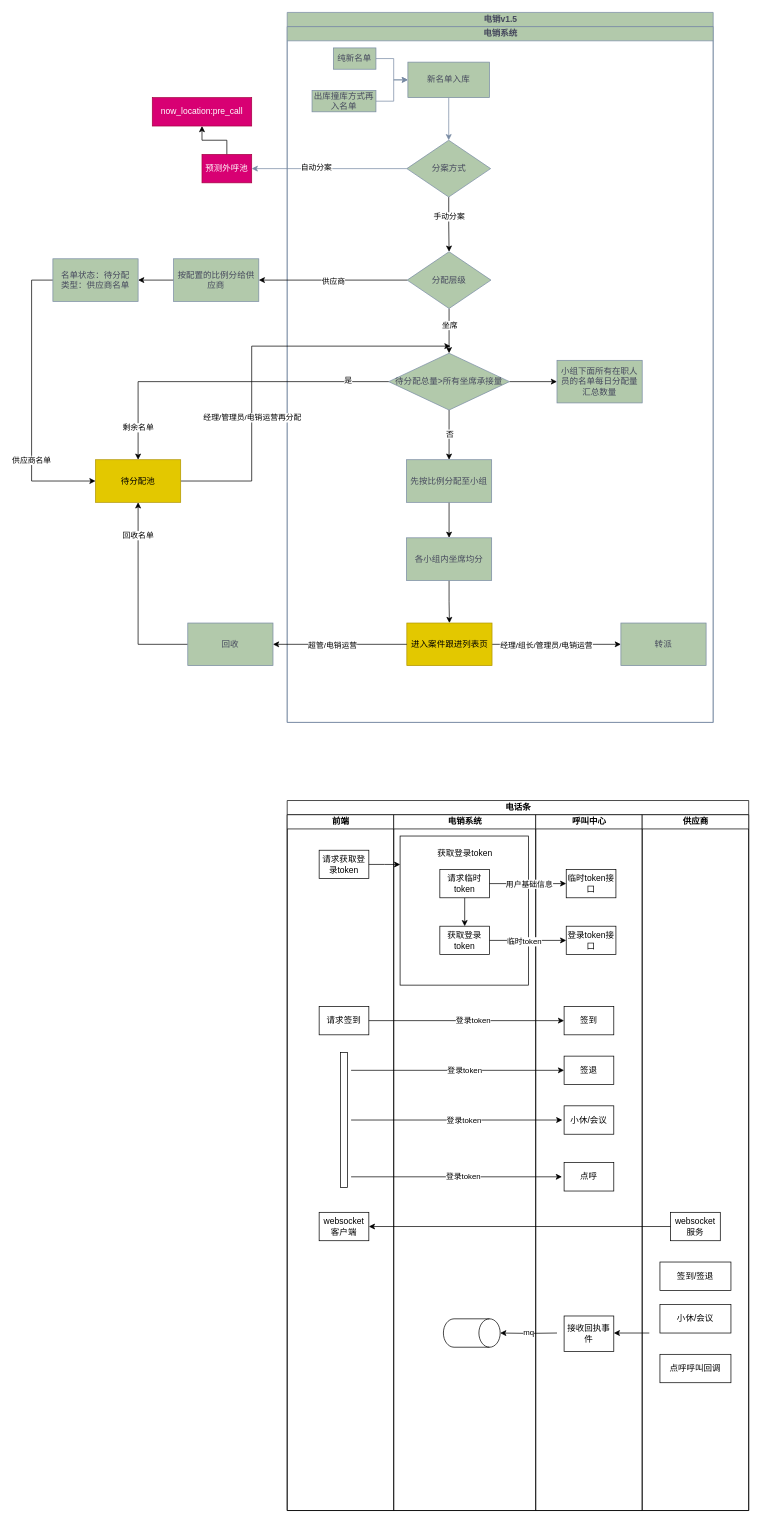
The draw.io diagram 电销v1.5泳道图.drawio in yuanlj-tea/picgo, before the edit. Source tidied: cells renumbered, new cells numbered last; positions are measured from the earlier drawing's top-left corner, leaving out a move shared by most shapes. Both pictures are drawn from the tidied source at 71%, with x=0, y=0 at pixel (31, 12).
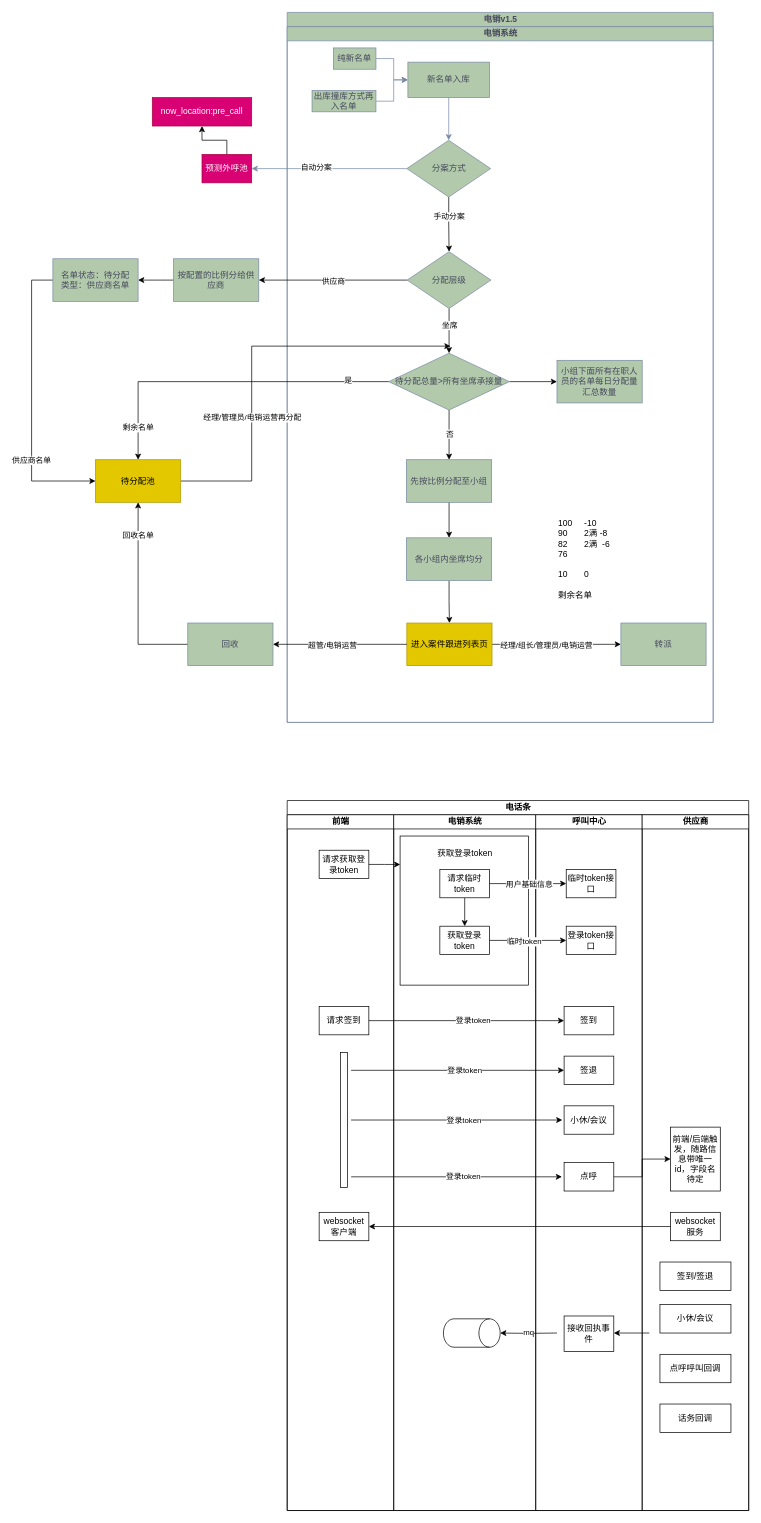
Above is the later version.

Commit message:
更新电销v1.5泳道图.drawio

The change refers to these unchanged cells:
```xml
<mxCell id="3" value="电销系统" style="swimlane;startSize=20;html=1;labelBackgroundColor=none;fillColor=#B2C9AB;strokeColor=#788AA3;fontColor=#46495D;" parent="2" vertex="1">
  <mxGeometry y="20" width="600" height="980" as="geometry" />
</mxCell>
<mxCell id="52" value="电话条" style="swimlane;startSize=20;html=1;" parent="1" vertex="1">
  <mxGeometry x="360" y="1110" width="650" height="1000" as="geometry" />
</mxCell>
<mxCell id="77" value="点呼" style="rounded=0;whiteSpace=wrap;html=1;" parent="71" vertex="1">
  <mxGeometry x="40" y="490" width="70" height="40" as="geometry" />
</mxCell>
<mxCell id="80" value="供应商" style="swimlane;startSize=20;html=1;" parent="52" vertex="1">
  <mxGeometry x="500" y="20" width="150" height="980" as="geometry" />
</mxCell>
```

What changed in the source:
```diff
@@
+    <mxCell id="95" value="100&amp;nbsp; &amp;nbsp; &amp;nbsp;-10&lt;br&gt;90&amp;nbsp; &amp;nbsp; &amp;nbsp; &amp;nbsp;2满 -8&lt;br&gt;82&amp;nbsp; &amp;nbsp; &amp;nbsp; &amp;nbsp;2满&amp;nbsp; -6&lt;br&gt;76&lt;br&gt;&lt;br&gt;10&amp;nbsp; &amp;nbsp; &amp;nbsp; &amp;nbsp;0&lt;br&gt;&lt;br&gt;剩余名单" style="text;html=1;align=left;verticalAlign=middle;strokeColor=none;fillColor=none;" parent="3" vertex="1">
+      <mxGeometry x="380" y="685" width="100" height="130" as="geometry" />
+    </mxCell>
@@
+    <mxCell id="96" value="前端/后端触发，随路信息带唯一id，字段名待定" style="rounded=0;whiteSpace=wrap;html=1;" parent="80" vertex="1">
+      <mxGeometry x="40" y="440" width="70" height="90" as="geometry" />
+    </mxCell>
+    <mxCell id="97" value="话务回调" style="rounded=0;whiteSpace=wrap;html=1;" parent="80" vertex="1">
+      <mxGeometry x="25" y="830" width="100" height="40" as="geometry" />
+    </mxCell>
@@
+    <mxCell id="98" style="edgeStyle=orthogonalEdgeStyle;rounded=0;jettySize=auto;html=1;" parent="52" edge="1" source="77" target="96">
+      <mxGeometry relative="1" as="geometry" />
+    </mxCell>
```
